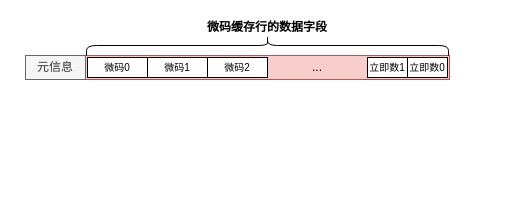
The draw.io diagram image/ucache_line.drawio in jensen-yan/yanyue_essay, before the edit. Source tidied: cells renumbered, new cells numbered last; positions are measured from the earlier drawing's top-left corner, leaving out a move shared by most shapes. Both pictures are drawn from the tidied source at 100%, with x=0, y=0 at pixel (25, 17).
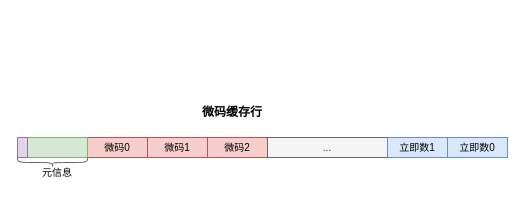
The same diagram, later.

Commit message (it also covers changes not shown here):
修改了微码缓存和翻译缓存行的图，更加统一

Diff of the diagram source:
```diff
@@
 <mxGraphModel>
   <root>
     <mxCell id="0" />
     <mxCell id="1" parent="0" />
-    <mxCell id="2" style="rounded=0;whiteSpace=wrap;html=1;fontFamily=mono;fillColor=#f8cecc;strokeColor=#b85450;" parent="1" vertex="1">
-      <mxGeometry x="60" y="38" width="364" height="24" as="geometry" />
-    </mxCell>
+    <mxCell id="8" value="&lt;b style=&quot;border-color: var(--border-color);&quot;&gt;微码缓存行&lt;/b&gt;" style="text;html=1;strokeColor=none;fillColor=none;align=center;verticalAlign=middle;whiteSpace=wrap;rounded=0;fontFamily=mono;" parent="1" vertex="1">
+      <mxGeometry x="152" y="80" width="110" height="30" as="geometry" />
+    </mxCell>
-    <mxCell id="3" value="微码0" style="rounded=0;whiteSpace=wrap;html=1;fontFamily=mono;fontSize=10;" parent="1" vertex="1">
-      <mxGeometry x="62" y="40" width="60" height="20" as="geometry" />
+    <mxCell id="3" value="&lt;font style=&quot;font-size: 10px;&quot; face=&quot;Helvetica&quot;&gt;微码0&lt;/font&gt;" style="rounded=0;whiteSpace=wrap;html=1;fontFamily=mono;fillColor=#f8cecc;strokeColor=#b85450;gradientColor=none;gradientDirection=west;" parent="1" vertex="1">
+      <mxGeometry x="62" y="120" width="60" height="20" as="geometry" />
     </mxCell>
-    <mxCell id="4" value="微码1" style="rounded=0;whiteSpace=wrap;html=1;fontFamily=mono;fontSize=10;" parent="1" vertex="1">
-      <mxGeometry x="122" y="40" width="60" height="20" as="geometry" />
+    <mxCell id="4" value="&lt;font face=&quot;Helvetica&quot;&gt;&lt;span style=&quot;font-size: 10px;&quot;&gt;微码1&lt;/span&gt;&lt;/font&gt;" style="rounded=0;whiteSpace=wrap;html=1;fontFamily=mono;fillColor=#f8cecc;strokeColor=#b85450;gradientColor=none;gradientDirection=west;" parent="1" vertex="1">
+      <mxGeometry x="122" y="120" width="60" height="20" as="geometry" />
     </mxCell>
-    <mxCell id="5" value="微码2" style="rounded=0;whiteSpace=wrap;html=1;fontFamily=mono;fontSize=10;" parent="1" vertex="1">
-      <mxGeometry x="182" y="40" width="60" height="20" as="geometry" />
+    <mxCell id="5" value="&lt;font style=&quot;font-size: 10px;&quot; face=&quot;Helvetica&quot;&gt;微码2&lt;/font&gt;" style="rounded=0;whiteSpace=wrap;html=1;fontFamily=mono;fillColor=#f8cecc;strokeColor=#b85450;gradientColor=none;gradientDirection=west;" parent="1" vertex="1">
+      <mxGeometry x="182" y="120" width="60" height="20" as="geometry" />
     </mxCell>
+    <mxCell id="9" value="&lt;font face=&quot;Helvetica&quot;&gt;&lt;span style=&quot;font-size: 10px;&quot;&gt;...&lt;/span&gt;&lt;/font&gt;" style="rounded=0;whiteSpace=wrap;html=1;fontFamily=mono;fillColor=#f5f5f5;strokeColor=#666666;gradientDirection=west;fontColor=#333333;" parent="1" vertex="1">
+      <mxGeometry x="242" y="120" width="120" height="20" as="geometry" />
+    </mxCell>
+    <mxCell id="7" value="&lt;font style=&quot;font-size: 10px;&quot; face=&quot;Helvetica&quot;&gt;立即数1&lt;/font&gt;" style="rounded=0;whiteSpace=wrap;html=1;fontFamily=mono;fillColor=#dae8fc;strokeColor=#6c8ebf;gradientDirection=west;" parent="1" vertex="1">
+      <mxGeometry x="362" y="120" width="60" height="20" as="geometry" />
+    </mxCell>
-    <mxCell id="6" value="&lt;font style=&quot;font-size: 10px;&quot;&gt;立即数0&lt;/font&gt;" style="rounded=0;whiteSpace=wrap;html=1;fontFamily=mono;" parent="1" vertex="1">
-      <mxGeometry x="382" y="40" width="40" height="20" as="geometry" />
+    <mxCell id="6" value="&lt;font style=&quot;font-size: 10px;&quot; face=&quot;Helvetica&quot;&gt;立即数0&lt;/font&gt;" style="rounded=0;whiteSpace=wrap;html=1;fontFamily=mono;fillColor=#dae8fc;strokeColor=#6c8ebf;gradientDirection=west;" parent="1" vertex="1">
+      <mxGeometry x="422" y="120" width="60" height="20" as="geometry" />
     </mxCell>
-    <mxCell id="7" value="&lt;font style=&quot;font-size: 10px;&quot;&gt;立即数1&lt;/font&gt;" style="rounded=0;whiteSpace=wrap;html=1;fontFamily=mono;" parent="1" vertex="1">
-      <mxGeometry x="342" y="40" width="40" height="20" as="geometry" />
-    </mxCell>
-    <mxCell id="8" value="&lt;b style=&quot;border-color: var(--border-color);&quot;&gt;微码缓存行的数据字段&lt;/b&gt;" style="text;html=1;strokeColor=none;fillColor=none;align=center;verticalAlign=middle;whiteSpace=wrap;rounded=0;fontFamily=mono;" parent="1" vertex="1">
-      <mxGeometry x="62" width="360" height="20" as="geometry" />
-    </mxCell>
-    <mxCell id="9" value="..." style="rounded=0;whiteSpace=wrap;html=1;fontFamily=mono;fillColor=none;strokeColor=none;" parent="1" vertex="1">
-      <mxGeometry x="242" y="40" width="100" height="20" as="geometry" />
-    </mxCell>
+    <mxCell id="12" style="rounded=0;whiteSpace=wrap;html=1;fontFamily=mono;fillColor=#d5e8d4;strokeColor=#82b366;gradientDirection=west;" parent="1" vertex="1">
+      <mxGeometry x="2" y="120" width="60" height="20" as="geometry" />
+    </mxCell>
+    <mxCell id="13" style="rounded=0;whiteSpace=wrap;html=1;fontFamily=mono;fillColor=#e1d5e7;strokeColor=#9673a6;gradientDirection=west;" parent="1" vertex="1">
+      <mxGeometry x="-8" y="120" width="10" height="20" as="geometry" />
+    </mxCell>
+    <mxCell id="14" style="shape=curlyBracket;whiteSpace=wrap;html=1;rounded=1;labelPosition=left;verticalLabelPosition=middle;align=right;verticalAlign=middle;fillColor=#f5f5f5;fontColor=#333333;strokeColor=#666666;direction=north;" parent="1" vertex="1">
+      <mxGeometry x="-8" y="140" width="70" height="10" as="geometry" />
+    </mxCell>
-    <mxCell id="10" value="元信息" style="rounded=0;whiteSpace=wrap;html=1;fontFamily=mono;fillColor=#f5f5f5;strokeColor=#666666;fontColor=#333333;" parent="1" vertex="1">
-      <mxGeometry y="38" width="60" height="24" as="geometry" />
+    <mxCell id="10" value="&lt;font style=&quot;font-size: 10px;&quot;&gt;元信息&lt;/font&gt;" style="text;html=1;strokeColor=none;fillColor=none;align=center;verticalAlign=middle;whiteSpace=wrap;rounded=0;" parent="1" vertex="1">
+      <mxGeometry x="2" y="140" width="60" height="30" as="geometry" />
     </mxCell>
-    <mxCell id="11" style="shape=curlyBracket;whiteSpace=wrap;html=1;rounded=1;labelPosition=left;verticalLabelPosition=middle;align=right;verticalAlign=middle;direction=south;" parent="1" vertex="1">
-      <mxGeometry x="61" y="18" width="362" height="20" as="geometry" />
-    </mxCell>
   </root>
 </mxGraphModel>
```
